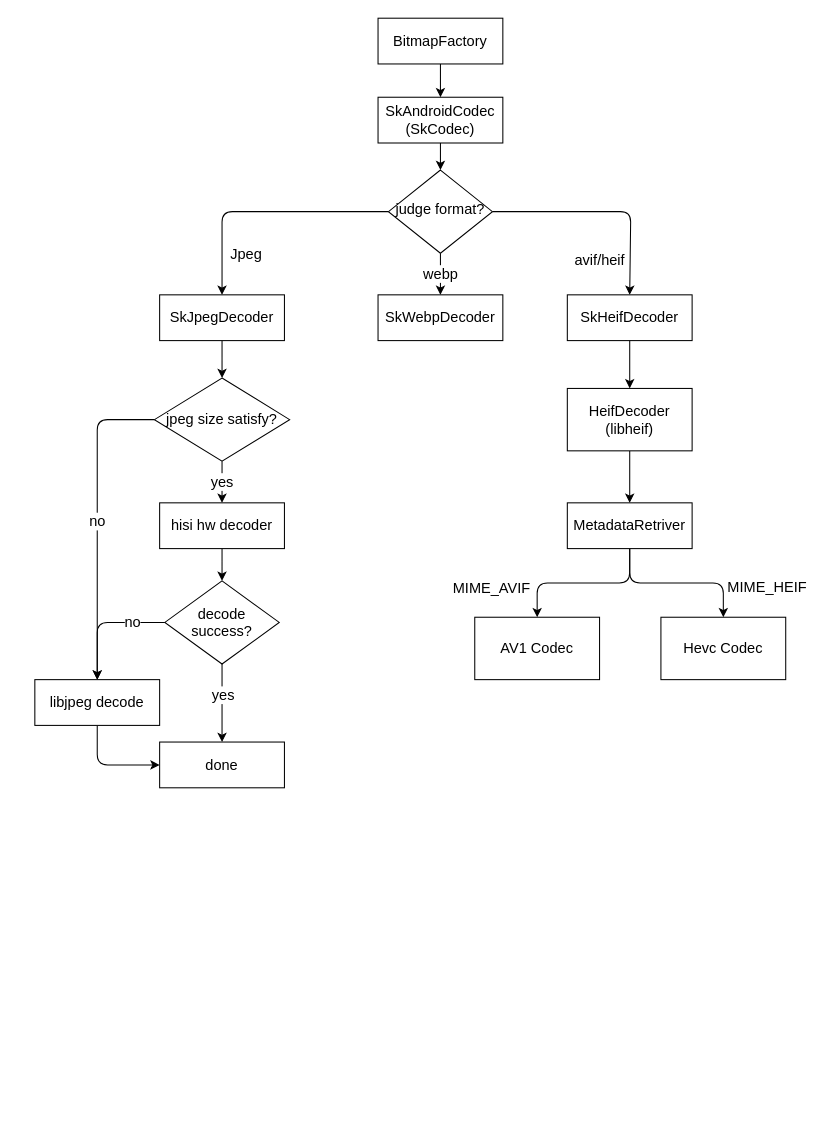
The draw.io diagram page "skia" (1 of 3) of design.drawio in ccfriend/av_lab, before the edit. Source tidied: cells renumbered, new cells numbered last; positions are measured from the earlier drawing's top-left corner, leaving out a move shared by most shapes. Both pictures are drawn from the tidied source at 104%, with x=0, y=0 at pixel (34, 18).
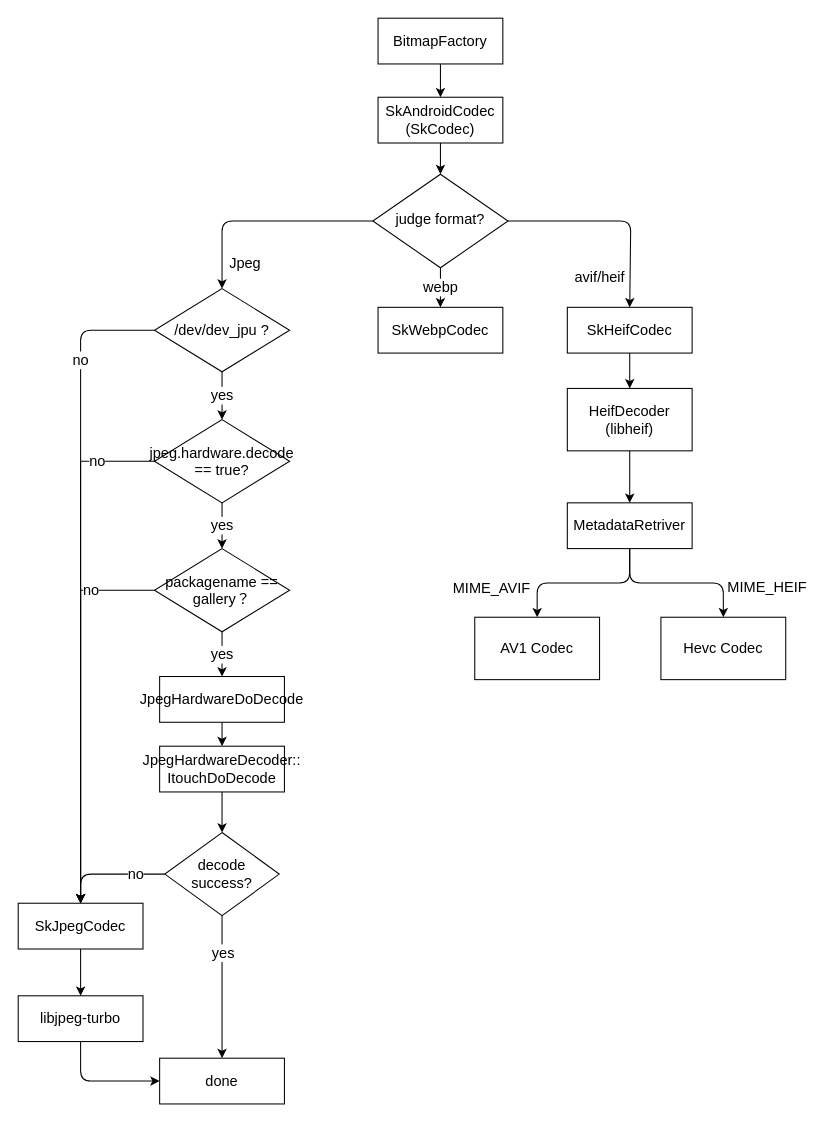
Above is the later version.

The edit, as a diff of the source:
```diff
@@
-    <mxCell id="4" style="edgeStyle=orthogonalEdgeStyle;curved=0;rounded=1;sketch=0;jettySize=auto;html=1;entryX=0.5;entryY=0;entryDx=0;entryDy=0;fontSize=14;" parent="1" edge="1" source="9" target="11">
+    <mxCell id="4" style="edgeStyle=orthogonalEdgeStyle;curved=0;rounded=1;sketch=0;jettySize=auto;html=1;fontSize=14;" parent="1" edge="1" source="9" target="15">
       <mxGeometry relative="1" as="geometry" />
     </mxCell>
@@
     <mxCell id="7" style="edgeStyle=orthogonalEdgeStyle;rounded=1;jettySize=auto;html=1;fontSize=14;exitX=1;exitY=0.5;exitDx=0;exitDy=0;entryX=0.5;entryY=0;entryDx=0;entryDy=0;" parent="1" edge="1" source="9" target="28">
       <mxGeometry relative="1" as="geometry">
         <Array as="points">
-          <mxPoint x="573" y="186" />
+          <mxPoint x="573" y="195" />
         </Array>
       </mxGeometry>
     </mxCell>
@@
     <mxCell id="9" value="judge format?" style="rhombus;whiteSpace=wrap;html=1;shadow=0;fontFamily=Helvetica;fontSize=14;align=center;strokeWidth=1;spacing=6;spacingTop=-4;rounded=0;" parent="1" vertex="1">
-      <mxGeometry x="340" y="146" width="100" height="80" as="geometry" />
+      <mxGeometry x="325" y="150" width="130" height="90" as="geometry" />
     </mxCell>
-    <mxCell id="10" style="edgeStyle=orthogonalEdgeStyle;curved=0;rounded=1;sketch=0;jettySize=auto;html=1;fontSize=14;" parent="1" edge="1" source="11" target="15">
-      <mxGeometry relative="1" as="geometry" />
-    </mxCell>
-    <mxCell id="11" value="SkJpegDecoder" style="rounded=0;whiteSpace=wrap;html=1;fontSize=14;glass=0;strokeWidth=1;shadow=0;" parent="1" vertex="1">
-      <mxGeometry x="120" y="266" width="120" height="44" as="geometry" />
-    </mxCell>
-    <mxCell id="12" value="SkWebpDecoder" style="rounded=0;whiteSpace=wrap;html=1;fontSize=14;glass=0;strokeWidth=1;shadow=0;" parent="1" vertex="1">
-      <mxGeometry x="330" y="266" width="120" height="44" as="geometry" />
+    <mxCell id="12" value="SkWebpCodec" style="rounded=0;whiteSpace=wrap;html=1;fontSize=14;glass=0;strokeWidth=1;shadow=0;" parent="1" vertex="1">
+      <mxGeometry x="330" y="278" width="120" height="44" as="geometry" />
     </mxCell>
-    <mxCell id="13" value="yes" style="edgeStyle=orthogonalEdgeStyle;curved=0;rounded=1;sketch=0;jettySize=auto;html=1;fontSize=14;" parent="1" edge="1" source="15" target="17">
+    <mxCell id="13" value="yes" style="edgeStyle=orthogonalEdgeStyle;curved=0;rounded=1;sketch=0;jettySize=auto;html=1;fontSize=14;entryX=0.5;entryY=0;entryDx=0;entryDy=0;" parent="1" edge="1" source="15" target="40">
       <mxGeometry relative="1" as="geometry" />
     </mxCell>
     <mxCell id="14" value="no" style="edgeStyle=orthogonalEdgeStyle;rounded=1;jettySize=auto;html=1;exitX=0;exitY=0.5;exitDx=0;exitDy=0;fontSize=14;" parent="1" edge="1" source="15" target="23">
-      <mxGeometry relative="1" as="geometry" />
+      <mxGeometry x="-0.68" relative="1" as="geometry" />
     </mxCell>
-    <mxCell id="15" value="jpeg size satisfy?" style="rhombus;whiteSpace=wrap;html=1;rounded=0;sketch=0;fontSize=14;" parent="1" vertex="1">
-      <mxGeometry x="115" y="346" width="130" height="80" as="geometry" />
+    <mxCell id="15" value="/dev/dev_jpu ?" style="rhombus;whiteSpace=wrap;html=1;rounded=0;sketch=0;fontSize=14;" parent="1" vertex="1">
+      <mxGeometry x="115" y="260" width="130" height="80" as="geometry" />
     </mxCell>
-    <mxCell id="16" style="edgeStyle=orthogonalEdgeStyle;curved=0;rounded=1;sketch=0;jettySize=auto;html=1;entryX=0.5;entryY=0;entryDx=0;entryDy=0;fontSize=14;" parent="1" edge="1" source="17" target="21">
+    <mxCell id="16" value="yes" style="edgeStyle=orthogonalEdgeStyle;curved=0;rounded=1;sketch=0;jettySize=auto;html=1;entryX=0.5;entryY=0;entryDx=0;entryDy=0;fontSize=14;startArrow=none;" parent="1" edge="1" source="40" target="43">
       <mxGeometry relative="1" as="geometry" />
     </mxCell>
+    <mxCell id="38" style="edgeStyle=orthogonalEdgeStyle;rounded=0;jettySize=auto;html=1;fontSize=14;" parent="1" edge="1" source="17" target="45">
+      <mxGeometry relative="1" as="geometry" />
+    </mxCell>
-    <mxCell id="17" value="hisi hw decoder" style="rounded=0;whiteSpace=wrap;html=1;fontSize=14;glass=0;strokeWidth=1;shadow=0;" parent="1" vertex="1">
-      <mxGeometry x="120" y="466" width="120" height="44" as="geometry" />
+    <mxCell id="17" value="JpegHardwareDoDecode" style="rounded=0;whiteSpace=wrap;html=1;fontSize=14;glass=0;strokeWidth=1;shadow=0;" parent="1" vertex="1">
+      <mxGeometry x="120" y="633" width="120" height="44" as="geometry" />
     </mxCell>
@@
     <mxCell id="19" style="edgeStyle=orthogonalEdgeStyle;curved=0;rounded=1;sketch=0;jettySize=auto;html=1;entryX=0.5;entryY=0;entryDx=0;entryDy=0;fontSize=14;" parent="1" edge="1" source="21" target="24">
       <mxGeometry relative="1" as="geometry">
         <Array as="points">
-          <mxPoint x="180" y="656" />
-          <mxPoint x="180" y="656" />
+          <mxPoint x="164" y="843" />
+          <mxPoint x="164" y="843" />
         </Array>
       </mxGeometry>
     </mxCell>
@@
     <mxCell id="21" value="decode success?" style="rhombus;whiteSpace=wrap;html=1;rounded=0;sketch=0;fontSize=14;" parent="1" vertex="1">
-      <mxGeometry x="125" y="541" width="110" height="80" as="geometry" />
+      <mxGeometry x="125" y="783" width="110" height="80" as="geometry" />
     </mxCell>
-    <mxCell id="22" style="edgeStyle=orthogonalEdgeStyle;rounded=1;jettySize=auto;html=1;entryX=0;entryY=0.5;entryDx=0;entryDy=0;fontSize=14;" parent="1" edge="1" source="23" target="24">
+    <mxCell id="22" style="edgeStyle=orthogonalEdgeStyle;rounded=1;jettySize=auto;html=1;fontSize=14;exitX=0.5;exitY=1;exitDx=0;exitDy=0;" parent="1" edge="1" source="23" target="47">
       <mxGeometry relative="1" as="geometry" />
     </mxCell>
-    <mxCell id="23" value="libjpeg decode" style="rounded=0;whiteSpace=wrap;html=1;fontSize=14;glass=0;strokeWidth=1;shadow=0;" parent="1" vertex="1">
-      <mxGeometry y="636" width="120" height="44" as="geometry" />
+    <mxCell id="23" value="SkJpegCodec" style="rounded=0;whiteSpace=wrap;html=1;fontSize=14;glass=0;strokeWidth=1;shadow=0;" parent="1" vertex="1">
+      <mxGeometry x="-16" y="851" width="120" height="44" as="geometry" />
     </mxCell>
     <mxCell id="24" value="done" style="rounded=0;whiteSpace=wrap;html=1;fontSize=14;glass=0;strokeWidth=1;shadow=0;" parent="1" vertex="1">
-      <mxGeometry x="120" y="696" width="120" height="44" as="geometry" />
+      <mxGeometry x="120" y="1000" width="120" height="44" as="geometry" />
     </mxCell>
@@
-    <mxCell id="28" value="SkHeifDecoder" style="rounded=0;whiteSpace=wrap;html=1;fontSize=14;glass=0;strokeWidth=1;shadow=0;" parent="1" vertex="1">
-      <mxGeometry x="512" y="266" width="120" height="44" as="geometry" />
+    <mxCell id="28" value="SkHeifCodec" style="rounded=0;whiteSpace=wrap;html=1;fontSize=14;glass=0;strokeWidth=1;shadow=0;" parent="1" vertex="1">
+      <mxGeometry x="512" y="278" width="120" height="44" as="geometry" />
     </mxCell>
@@
+    <mxCell id="39" value="no" style="edgeStyle=orthogonalEdgeStyle;rounded=0;jettySize=auto;html=1;entryX=0.5;entryY=0;entryDx=0;entryDy=0;exitX=0;exitY=0.5;exitDx=0;exitDy=0;fontSize=14;" parent="1" edge="1" source="40" target="23">
+      <mxGeometry x="-0.78" relative="1" as="geometry">
+        <Array as="points">
+          <mxPoint x="44" y="426" />
+        </Array>
+      </mxGeometry>
+    </mxCell>
+    <mxCell id="40" value="jpeg.hardware.decode == true?" style="rhombus;whiteSpace=wrap;html=1;rounded=0;sketch=0;fontSize=14;" parent="1" vertex="1">
+      <mxGeometry x="115" y="386" width="130" height="80" as="geometry" />
+    </mxCell>
+    <mxCell id="41" value="no" style="edgeStyle=orthogonalEdgeStyle;rounded=0;jettySize=auto;html=1;fontSize=14;" parent="1" edge="1" source="43" target="23">
+      <mxGeometry x="-0.67" relative="1" as="geometry" />
+    </mxCell>
+    <mxCell id="42" value="yes" style="edgeStyle=orthogonalEdgeStyle;rounded=0;jettySize=auto;html=1;fontSize=14;" parent="1" edge="1" source="43" target="17">
+      <mxGeometry relative="1" as="geometry" />
+    </mxCell>
+    <mxCell id="43" value="packagename == gallery？" style="rhombus;whiteSpace=wrap;html=1;rounded=0;sketch=0;fontSize=14;" parent="1" vertex="1">
+      <mxGeometry x="115" y="510" width="130" height="80" as="geometry" />
+    </mxCell>
+    <mxCell id="44" style="edgeStyle=orthogonalEdgeStyle;rounded=0;jettySize=auto;html=1;fontSize=14;" parent="1" edge="1" source="45" target="21">
+      <mxGeometry relative="1" as="geometry" />
+    </mxCell>
+    <mxCell id="45" value="JpegHardwareDecoder::&lt;br&gt;ItouchDoDecode" style="rounded=0;whiteSpace=wrap;html=1;fontSize=14;glass=0;strokeWidth=1;shadow=0;" parent="1" vertex="1">
+      <mxGeometry x="120" y="700" width="120" height="44" as="geometry" />
+    </mxCell>
+    <mxCell id="46" style="edgeStyle=orthogonalEdgeStyle;rounded=1;jettySize=auto;html=1;entryX=0;entryY=0.5;entryDx=0;entryDy=0;fontSize=14;exitX=0.5;exitY=1;exitDx=0;exitDy=0;" parent="1" edge="1" source="47" target="24">
+      <mxGeometry relative="1" as="geometry" />
+    </mxCell>
+    <mxCell id="47" value="libjpeg-turbo" style="rounded=0;whiteSpace=wrap;html=1;fontSize=14;glass=0;strokeWidth=1;shadow=0;" parent="1" vertex="1">
+      <mxGeometry x="-16" y="940" width="120" height="44" as="geometry" />
+    </mxCell>
```
